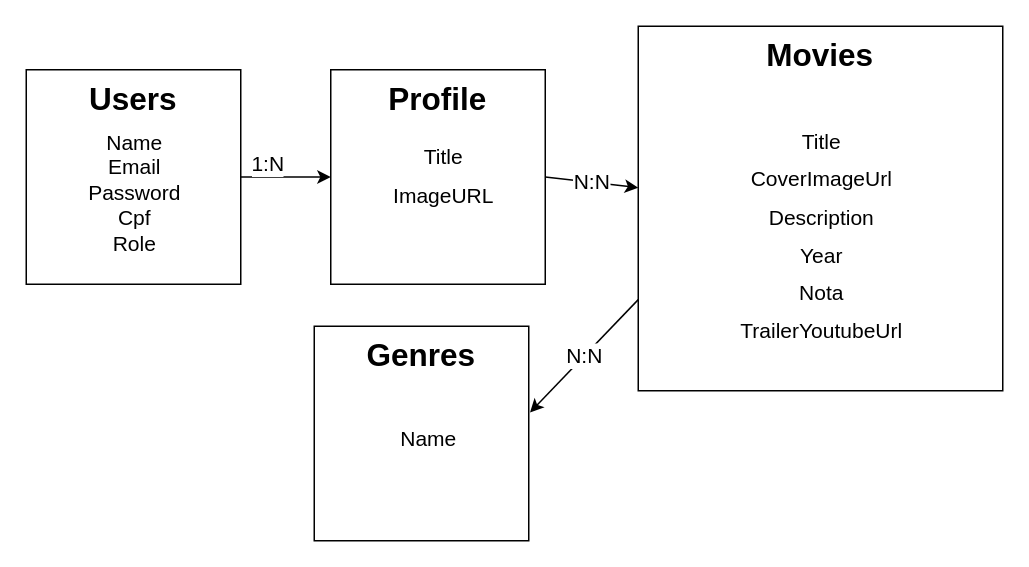
Before: server/Structure.drawio in nascimentoemerson/Project-Back---Mod5, a draw.io diagram. Source tidied: cells renumbered, new cells numbered last; positions are measured from the earlier drawing's top-left corner, leaving out a move shared by most shapes. Both pictures are drawn from the tidied source at 150%, with x=0, y=0 at pixel (26, 26).
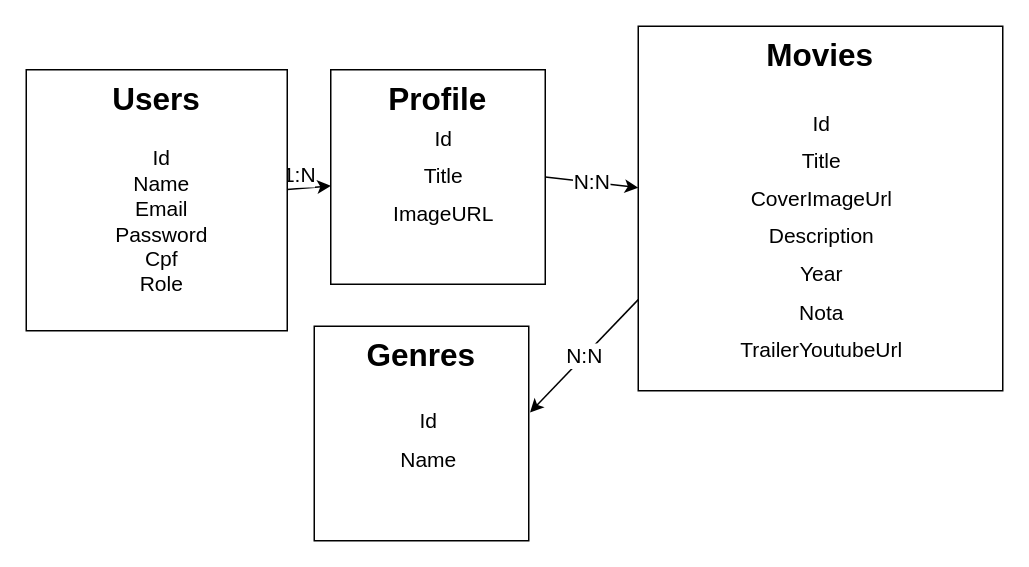
Above is the later version.

What changed in the source:
```diff
@@
 <mxGraphModel>
   <root>
     <mxCell id="0" />
     <mxCell id="1" parent="0" />
     <mxCell id="2" value="1:N" style="edgeStyle=none;html=1;fontFamily=Helvetica;fontSize=14;" parent="1" edge="1" source="3" target="6">
       <mxGeometry x="-0.41" y="9" relative="1" as="geometry" />
     </mxCell>
     <mxCell id="3" value="&lt;font style=&quot;font-size: 21px&quot;&gt;&lt;b&gt;Users&lt;br&gt;&lt;/b&gt;&lt;br&gt;&lt;br&gt;&lt;/font&gt;" style="whiteSpace=wrap;html=1;fontFamily=Helvetica;horizontal=1;verticalAlign=top;" parent="1" vertex="1">
-      <mxGeometry y="29" width="143" height="143" as="geometry" />
+      <mxGeometry y="29" width="174" height="174" as="geometry" />
     </mxCell>
-    <mxCell id="4" value="&lt;span&gt;Name&lt;/span&gt;&lt;br&gt;&lt;span&gt;Email&lt;/span&gt;&lt;br&gt;&lt;span&gt;Password&lt;/span&gt;&lt;br&gt;&lt;span&gt;Cpf&lt;/span&gt;&lt;br&gt;&lt;span&gt;Role&lt;/span&gt;" style="text;html=1;align=center;verticalAlign=middle;fillColor=none;strokeColor=none;rounded=0;fontFamily=Helvetica;fontSize=14;" parent="1" vertex="1">
-      <mxGeometry x="36" y="66" width="71" height="89" as="geometry" />
+    <mxCell id="4" value="&lt;span&gt;Id&lt;br&gt;Name&lt;/span&gt;&lt;br&gt;&lt;span&gt;Email&lt;/span&gt;&lt;br&gt;&lt;span&gt;Password&lt;/span&gt;&lt;br&gt;&lt;span&gt;Cpf&lt;/span&gt;&lt;br&gt;&lt;span&gt;Role&lt;/span&gt;" style="text;html=1;align=center;verticalAlign=middle;fillColor=none;strokeColor=none;rounded=0;fontFamily=Helvetica;fontSize=14;" parent="1" vertex="1">
+      <mxGeometry x="54" y="77" width="71" height="106" as="geometry" />
     </mxCell>
     <mxCell id="5" value="N:N" style="edgeStyle=none;html=1;exitX=1;exitY=0.5;exitDx=0;exitDy=0;fontFamily=Helvetica;fontSize=14;" parent="1" edge="1" source="6" target="9">
       <mxGeometry relative="1" as="geometry" />
     </mxCell>
     <mxCell id="6" value="&lt;font style=&quot;font-size: 21px&quot;&gt;&lt;b&gt;Profile&lt;br&gt;&lt;/b&gt;&lt;br&gt;&lt;br&gt;&lt;br&gt;&lt;/font&gt;" style="whiteSpace=wrap;html=1;fontFamily=Helvetica;horizontal=1;verticalAlign=top;" parent="1" vertex="1">
       <mxGeometry x="203" y="29" width="143" height="143" as="geometry" />
     </mxCell>
-    <mxCell id="7" value="&lt;font style=&quot;font-size: 14px&quot;&gt;Title&lt;br&gt;ImageURL&lt;/font&gt;" style="text;html=1;align=center;verticalAlign=middle;fillColor=none;strokeColor=none;rounded=0;fontFamily=Helvetica;fontSize=21;" parent="1" vertex="1">
-      <mxGeometry x="239" y="66" width="77" height="61" as="geometry" />
+    <mxCell id="7" value="&lt;font style=&quot;font-size: 14px&quot;&gt;Id&lt;br&gt;Title&lt;br&gt;ImageURL&lt;/font&gt;" style="text;html=1;align=center;verticalAlign=middle;fillColor=none;strokeColor=none;rounded=0;fontFamily=Helvetica;fontSize=21;" parent="1" vertex="1">
+      <mxGeometry x="239" y="52" width="77" height="89" as="geometry" />
     </mxCell>
     <mxCell id="8" value="N:N" style="edgeStyle=none;html=1;exitX=0;exitY=0.75;exitDx=0;exitDy=0;entryX=1.006;entryY=0.402;entryDx=0;entryDy=0;entryPerimeter=0;fontFamily=Helvetica;fontSize=14;" parent="1" edge="1" source="9" target="11">
       <mxGeometry relative="1" as="geometry" />
     </mxCell>
     <mxCell id="9" value="&lt;font style=&quot;font-size: 21px&quot;&gt;&lt;b&gt;Movies&lt;/b&gt;&lt;br&gt;&lt;br&gt;&lt;/font&gt;" style="whiteSpace=wrap;html=1;fontFamily=Helvetica;horizontal=1;verticalAlign=top;" parent="1" vertex="1">
       <mxGeometry x="408" width="243" height="243" as="geometry" />
     </mxCell>
-    <mxCell id="10" value="&lt;font style=&quot;font-size: 14px&quot;&gt;Title&lt;br&gt;CoverImageUrl&lt;br&gt;Description&lt;br&gt;Year&lt;br&gt;Nota&lt;br&gt;TrailerYoutubeUrl&lt;br&gt;&lt;br&gt;&lt;br&gt;&lt;br&gt;&lt;/font&gt;" style="text;html=1;align=center;verticalAlign=middle;fillColor=none;strokeColor=none;rounded=0;fontFamily=Helvetica;fontSize=21;" parent="1" vertex="1">
-      <mxGeometry x="470.5" y="45" width="118" height="259" as="geometry" />
+    <mxCell id="10" value="&lt;font style=&quot;font-size: 14px&quot;&gt;Id&lt;br&gt;Title&lt;br&gt;CoverImageUrl&lt;br&gt;Description&lt;br&gt;Year&lt;br&gt;Nota&lt;br&gt;TrailerYoutubeUrl&lt;br&gt;&lt;br&gt;&lt;br&gt;&lt;br&gt;&lt;/font&gt;" style="text;html=1;align=center;verticalAlign=middle;fillColor=none;strokeColor=none;rounded=0;fontFamily=Helvetica;fontSize=21;" parent="1" vertex="1">
+      <mxGeometry x="470.5" y="31" width="118" height="287" as="geometry" />
     </mxCell>
     <mxCell id="11" value="&lt;font style=&quot;font-size: 21px&quot;&gt;&lt;b&gt;Genres&lt;/b&gt;&lt;br&gt;&lt;br&gt;&lt;br&gt;&lt;/font&gt;" style="whiteSpace=wrap;html=1;fontFamily=Helvetica;horizontal=1;verticalAlign=top;" parent="1" vertex="1">
       <mxGeometry x="192" y="200" width="143" height="143" as="geometry" />
     </mxCell>
-    <mxCell id="12" value="&lt;font style=&quot;font-size: 14px&quot;&gt;Name&lt;br&gt;&lt;/font&gt;" style="text;html=1;align=center;verticalAlign=middle;fillColor=none;strokeColor=none;rounded=0;fontFamily=Helvetica;fontSize=21;" parent="1" vertex="1">
-      <mxGeometry x="244" y="256" width="47" height="32" as="geometry" />
+    <mxCell id="12" value="&lt;font style=&quot;font-size: 14px&quot;&gt;Id&lt;br&gt;Name&lt;br&gt;&lt;/font&gt;" style="text;html=1;align=center;verticalAlign=middle;fillColor=none;strokeColor=none;rounded=0;fontFamily=Helvetica;fontSize=21;" parent="1" vertex="1">
+      <mxGeometry x="244" y="242" width="47" height="61" as="geometry" />
     </mxCell>
   </root>
 </mxGraphModel>
```
